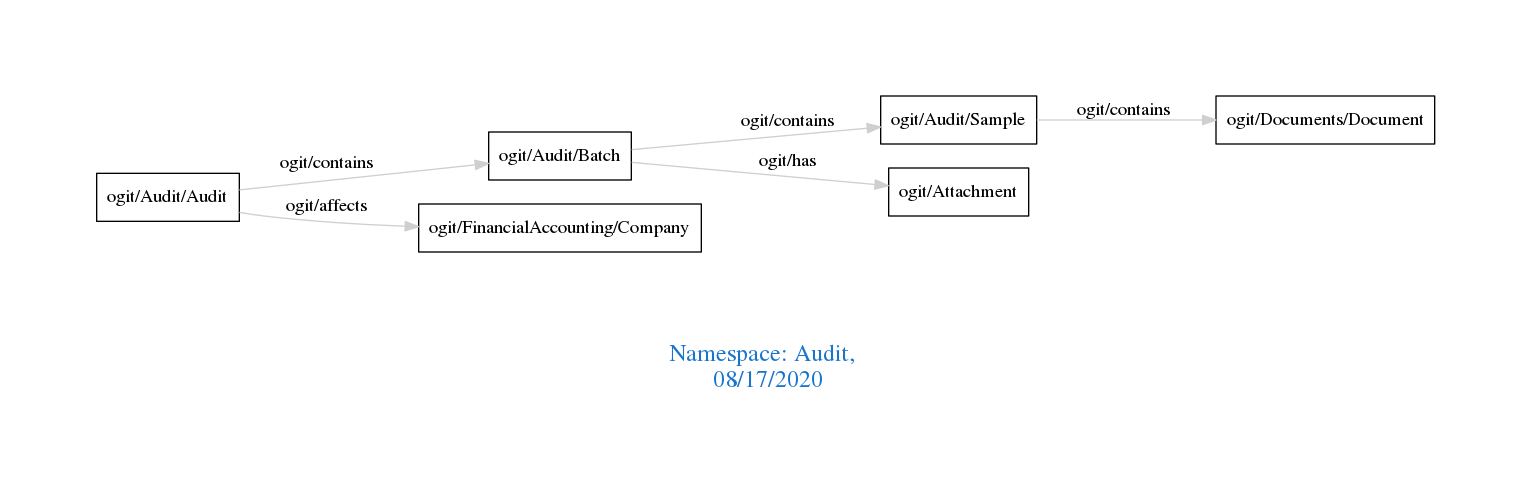
Earlier version of the Graphviz export downloads/Audit.png (arago/OGIT). Its source is kept beside it as downloads/Audit.dot.
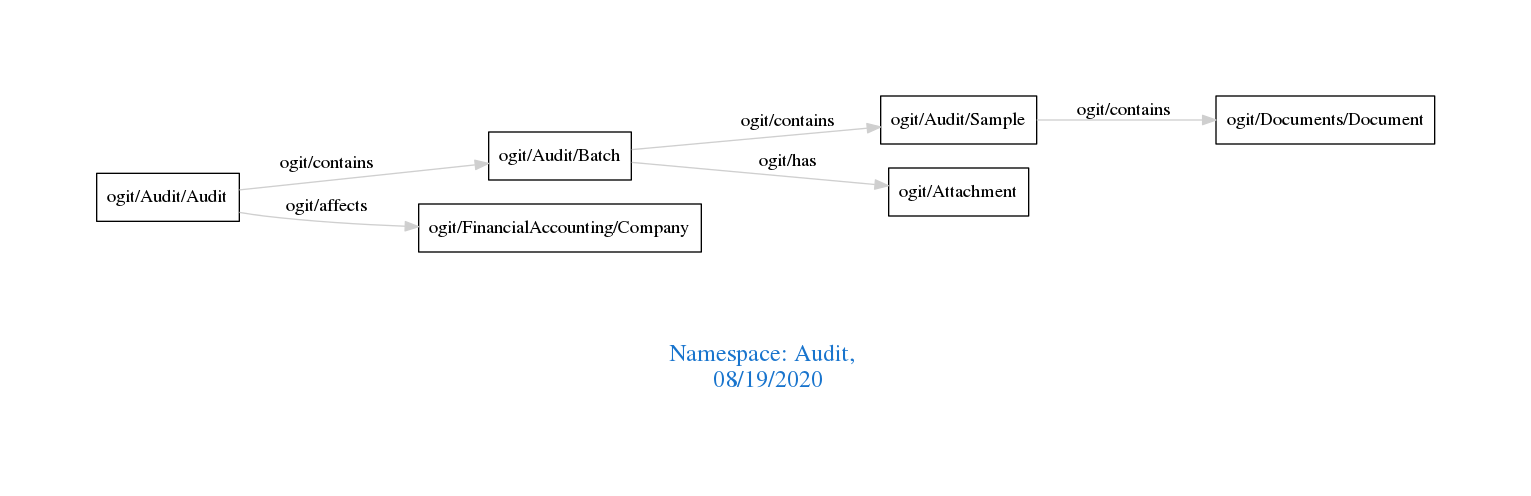
After the commit.

Change to the diagram source:
```diff
@@ -1,7 +1,7 @@
 digraph OGIT_ontology {
  graph [ rankdir= LR,pad=1
 fontsize = 18,
-fontcolor= dodgerblue3,label = "\n\n\nNamespace: Audit, \n 08/17/2020"];
+fontcolor= dodgerblue3,label = "\n\n\nNamespace: Audit, \n 08/19/2020"];
 node[shape=polygon];
 edge [  color="gray81"];
 
```
